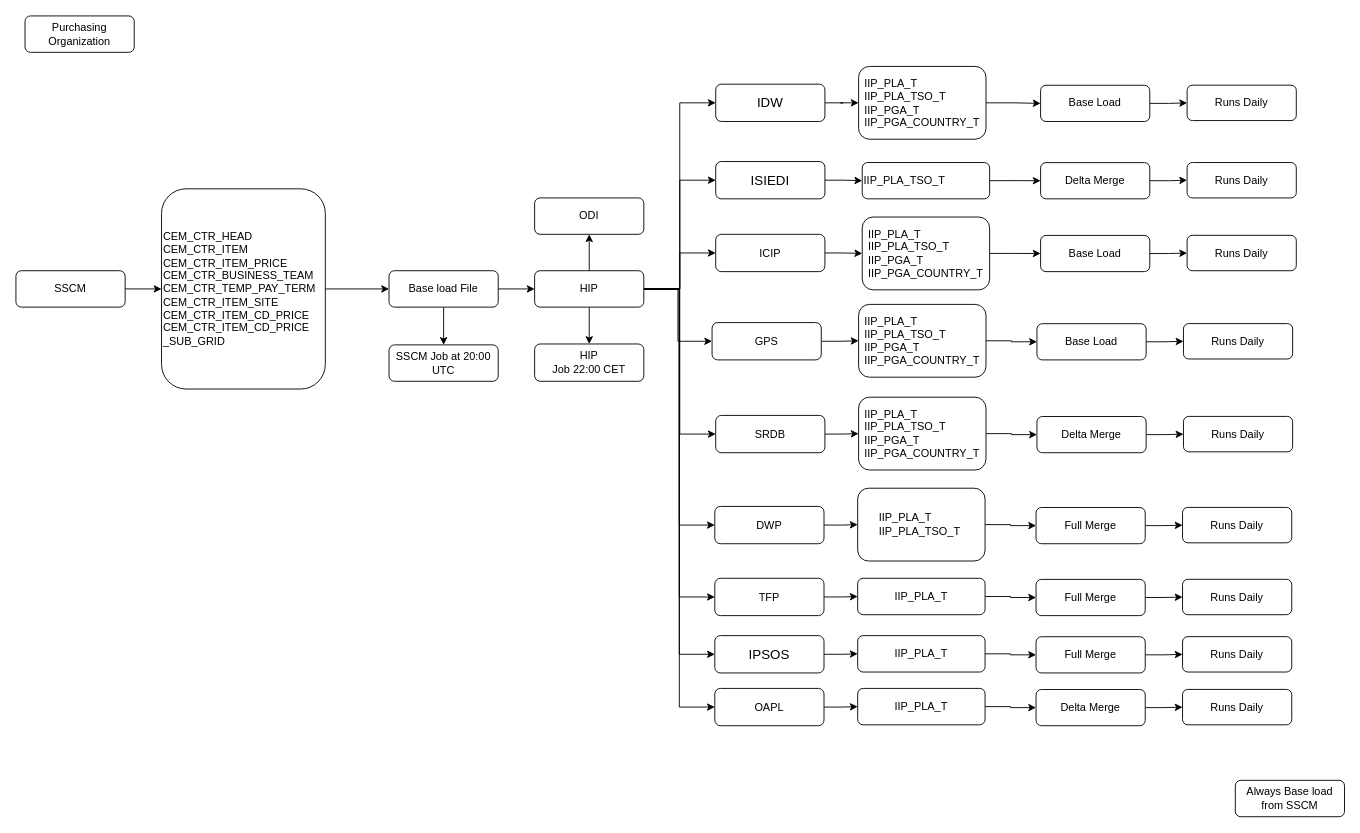
Earlier version of the draw.io diagram page "PurchaseAgreement" (4 of 6) of quality inspection flow.drawio (nselangovan/powerofdata). Source tidied: cells renumbered, new cells numbered last; positions are measured from the earlier drawing's top-left corner, leaving out a move shared by most shapes. Both pictures are drawn from the tidied source at 91%, with x=0, y=0 at pixel (15, 15).
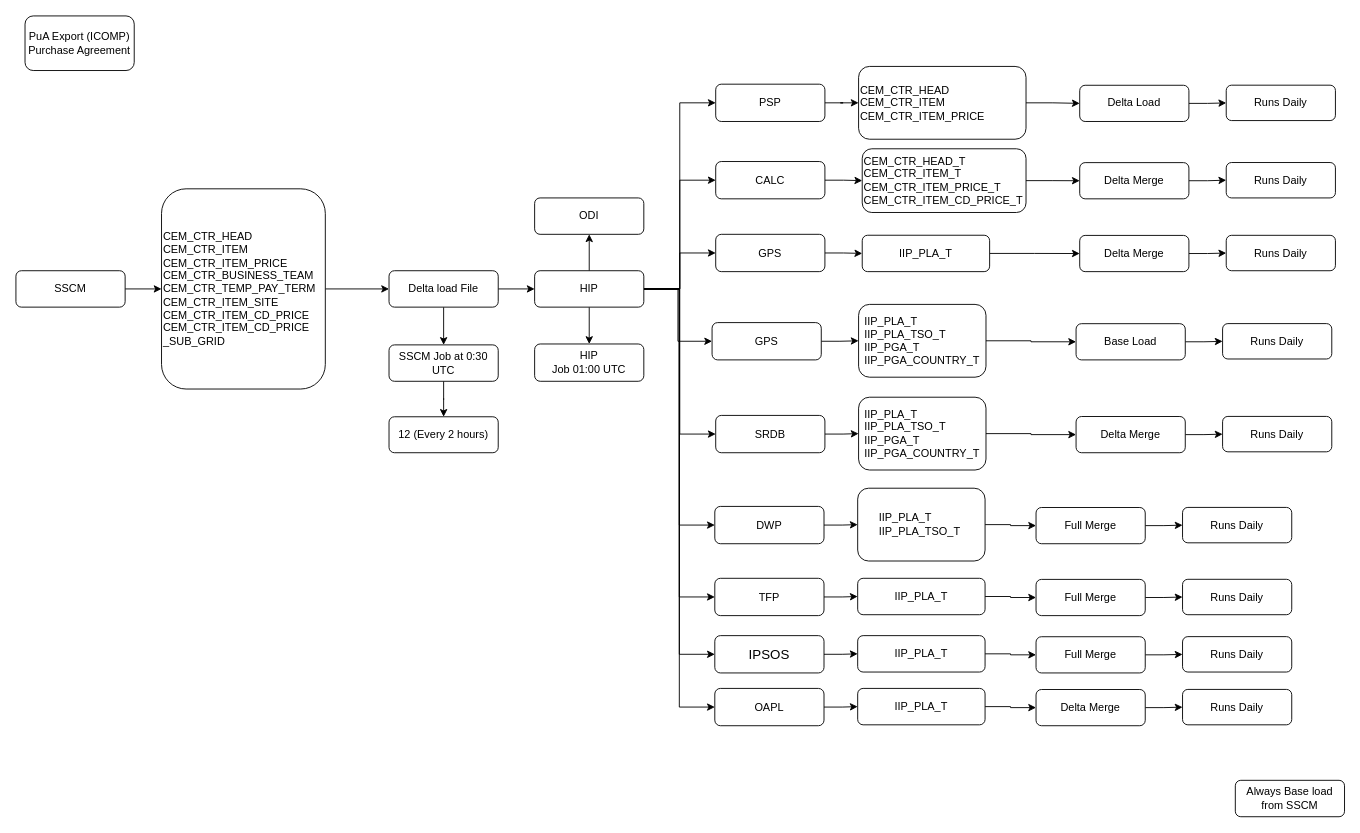
The same page after the edit.

The edit, as a diff of the source:
```diff
@@
-    <mxCell id="2" value="Purchasing Organization" style="rounded=1;whiteSpace=wrap;html=1;" parent="1" vertex="1">
-      <mxGeometry x="10" width="120" height="40" as="geometry" />
+    <mxCell id="2" value="PuA Export (ICOMP)&lt;br&gt;Purchase Agreement" style="rounded=1;whiteSpace=wrap;html=1;" parent="1" vertex="1">
+      <mxGeometry x="10" width="120" height="60" as="geometry" />
     </mxCell>
@@
-    <mxCell id="9" value="Base load File" style="whiteSpace=wrap;html=1;rounded=1;" parent="1" vertex="1">
+    <mxCell id="9" value="Delta load File" style="whiteSpace=wrap;html=1;rounded=1;" parent="1" vertex="1">
       <mxGeometry x="410" y="280" width="120" height="40" as="geometry" />
     </mxCell>
@@
-    <mxCell id="23" value="&lt;span style=&quot;font-size:11.0pt;font-family:&amp;quot;Calibri&amp;quot;,sans-serif;&lt;br/&gt;mso-fareast-font-family:Calibri;mso-fareast-theme-font:minor-latin;mso-ansi-language:&lt;br/&gt;EN-US;mso-fareast-language:EN-US;mso-bidi-language:AR-SA&quot;&gt;IDW&lt;/span&gt;" style="whiteSpace=wrap;html=1;rounded=1;" parent="1" vertex="1">
+    <mxCell id="23" value="&lt;span&gt;PSP&lt;/span&gt;" style="whiteSpace=wrap;html=1;rounded=1;" parent="1" vertex="1">
       <mxGeometry x="769" y="75" width="120" height="41" as="geometry" />
     </mxCell>
@@
-    <mxCell id="25" value="&lt;div style=&quot;text-align: left;&quot;&gt;IIP_PLA_T&lt;/div&gt;&lt;div style=&quot;text-align: left;&quot;&gt;IIP_PLA_TSO_T&amp;nbsp;&lt;/div&gt;&lt;div style=&quot;text-align: left;&quot;&gt;IIP_PGA_T&lt;/div&gt;&lt;div style=&quot;text-align: left;&quot;&gt;IIP_PGA_COUNTRY_T&lt;/div&gt;" style="whiteSpace=wrap;html=1;rounded=1;" parent="1" vertex="1">
-      <mxGeometry x="926" y="55.5" width="140" height="80" as="geometry" />
+    <mxCell id="25" value="&lt;div style=&quot;&quot;&gt;&lt;div&gt;CEM_CTR_HEAD&lt;/div&gt;&lt;div&gt;CEM_CTR_ITEM&lt;/div&gt;&lt;div&gt;CEM_CTR_ITEM_PRICE&lt;/div&gt;&lt;/div&gt;" style="whiteSpace=wrap;html=1;rounded=1;align=left;" parent="1" vertex="1">
+      <mxGeometry x="926" y="55.5" width="184" height="80" as="geometry" />
     </mxCell>
-    <mxCell id="26" value="HIP&lt;br&gt;Job 22:00 CET" style="whiteSpace=wrap;html=1;rounded=1;" parent="1" vertex="1">
+    <mxCell id="26" value="HIP&lt;br&gt;Job 01:00 UTC" style="whiteSpace=wrap;html=1;rounded=1;" parent="1" vertex="1">
       <mxGeometry x="570" y="360.5" width="120" height="41" as="geometry" />
     </mxCell>
@@
-    <mxCell id="28" value="Base Load" style="whiteSpace=wrap;html=1;rounded=1;" parent="1" vertex="1">
-      <mxGeometry x="1126" y="76.2" width="120" height="39.8" as="geometry" />
+    <mxCell id="28" value="Delta Load" style="whiteSpace=wrap;html=1;rounded=1;" parent="1" vertex="1">
+      <mxGeometry x="1169" y="76.2" width="120" height="39.8" as="geometry" />
     </mxCell>
+    <mxCell id="89" style="edgeStyle=orthogonalEdgeStyle;rounded=0;jettySize=auto;html=1;" parent="1" edge="1" source="29" target="90">
+      <mxGeometry relative="1" as="geometry" />
+    </mxCell>
-    <mxCell id="29" value="SSCM Job at 20:00 UTC" style="whiteSpace=wrap;html=1;rounded=1;" parent="1" vertex="1">
+    <mxCell id="29" value="SSCM Job at 0:30 UTC" style="whiteSpace=wrap;html=1;rounded=1;" parent="1" vertex="1">
       <mxGeometry x="410" y="361.5" width="120" height="40" as="geometry" />
     </mxCell>
@@
     <mxCell id="31" value="Runs Daily" style="whiteSpace=wrap;html=1;rounded=1;" parent="1" vertex="1">
-      <mxGeometry x="1287" y="76.1" width="120" height="38.9" as="geometry" />
+      <mxGeometry x="1330" y="76.1" width="120" height="38.9" as="geometry" />
     </mxCell>
@@
-    <mxCell id="33" value="&lt;span style=&quot;font-size:11.0pt;font-family:&amp;quot;Calibri&amp;quot;,sans-serif;&lt;br/&gt;mso-fareast-font-family:Calibri;mso-fareast-theme-font:minor-latin;mso-ansi-language:&lt;br/&gt;EN-US;mso-fareast-language:EN-US;mso-bidi-language:AR-SA&quot;&gt;ISIEDI&lt;/span&gt;" style="whiteSpace=wrap;html=1;rounded=1;" parent="1" vertex="1">
+    <mxCell id="33" value="&lt;span&gt;CALC&lt;/span&gt;" style="whiteSpace=wrap;html=1;rounded=1;" parent="1" vertex="1">
       <mxGeometry x="769" y="160" width="120" height="41" as="geometry" />
     </mxCell>
@@
     <mxCell id="35" value="Delta Merge" style="whiteSpace=wrap;html=1;rounded=1;" parent="1" vertex="1">
-      <mxGeometry x="1126" y="161.2" width="120" height="39.8" as="geometry" />
+      <mxGeometry x="1169" y="161.2" width="120" height="39.8" as="geometry" />
     </mxCell>
     <mxCell id="36" value="Runs Daily" style="whiteSpace=wrap;html=1;rounded=1;" parent="1" vertex="1">
-      <mxGeometry x="1287" y="161.1" width="120" height="38.9" as="geometry" />
+      <mxGeometry x="1330" y="161.1" width="120" height="38.9" as="geometry" />
     </mxCell>
@@
-    <mxCell id="38" value="&lt;div style=&quot;&quot;&gt;&lt;span style=&quot;background-color: initial;&quot;&gt;IIP_PLA_TSO_T&amp;nbsp;&lt;/span&gt;&lt;/div&gt;" style="whiteSpace=wrap;html=1;rounded=1;align=left;" parent="1" vertex="1">
-      <mxGeometry x="930" y="161.1" width="140" height="39.9" as="geometry" />
+    <mxCell id="38" value="&lt;div style=&quot;&quot;&gt;&lt;div&gt;CEM_CTR_HEAD_T&lt;/div&gt;&lt;div&gt;CEM_CTR_ITEM_T&lt;/div&gt;&lt;div&gt;CEM_CTR_ITEM_PRICE_T&lt;/div&gt;&lt;div&gt;CEM_CTR_ITEM_CD_PRICE_T&lt;/div&gt;&lt;/div&gt;" style="whiteSpace=wrap;html=1;rounded=1;align=left;" parent="1" vertex="1">
+      <mxGeometry x="930" y="146" width="180" height="70" as="geometry" />
     </mxCell>
@@
-    <mxCell id="40" value="&lt;span&gt;ICIP&lt;/span&gt;" style="whiteSpace=wrap;html=1;rounded=1;" parent="1" vertex="1">
+    <mxCell id="40" value="&lt;span&gt;GPS&lt;/span&gt;" style="whiteSpace=wrap;html=1;rounded=1;" parent="1" vertex="1">
       <mxGeometry x="769" y="240" width="120" height="41" as="geometry" />
     </mxCell>
@@
-    <mxCell id="42" value="&lt;div style=&quot;text-align: left;&quot;&gt;IIP_PLA_T&lt;/div&gt;&lt;div style=&quot;text-align: left;&quot;&gt;IIP_PLA_TSO_T&amp;nbsp;&lt;/div&gt;&lt;div style=&quot;text-align: left;&quot;&gt;IIP_PGA_T&lt;/div&gt;&lt;div style=&quot;text-align: left;&quot;&gt;IIP_PGA_COUNTRY_T&lt;/div&gt;" style="whiteSpace=wrap;html=1;rounded=1;" parent="1" vertex="1">
-      <mxGeometry x="930" y="221" width="140" height="80" as="geometry" />
+    <mxCell id="42" value="&lt;div style=&quot;text-align: left;&quot;&gt;IIP_PLA_T&lt;br&gt;&lt;/div&gt;" style="whiteSpace=wrap;html=1;rounded=1;" parent="1" vertex="1">
+      <mxGeometry x="930" y="241" width="140" height="40" as="geometry" />
     </mxCell>
@@
-    <mxCell id="44" value="Base Load" style="whiteSpace=wrap;html=1;rounded=1;" parent="1" vertex="1">
-      <mxGeometry x="1126" y="241.2" width="120" height="39.8" as="geometry" />
+    <mxCell id="44" value="Delta Merge" style="whiteSpace=wrap;html=1;rounded=1;" parent="1" vertex="1">
+      <mxGeometry x="1169" y="241.2" width="120" height="39.8" as="geometry" />
     </mxCell>
     <mxCell id="45" value="Runs Daily" style="whiteSpace=wrap;html=1;rounded=1;" parent="1" vertex="1">
-      <mxGeometry x="1287" y="241.1" width="120" height="38.9" as="geometry" />
+      <mxGeometry x="1330" y="241.1" width="120" height="38.9" as="geometry" />
     </mxCell>
@@
     <mxCell id="52" value="Base Load" style="whiteSpace=wrap;html=1;rounded=1;" parent="1" vertex="1">
-      <mxGeometry x="1122" y="338.2" width="120" height="39.8" as="geometry" />
+      <mxGeometry x="1165" y="338.2" width="120" height="39.8" as="geometry" />
     </mxCell>
     <mxCell id="53" value="Runs Daily" style="whiteSpace=wrap;html=1;rounded=1;" parent="1" vertex="1">
-      <mxGeometry x="1283" y="338.1" width="120" height="38.9" as="geometry" />
+      <mxGeometry x="1326" y="338.1" width="120" height="38.9" as="geometry" />
     </mxCell>
@@
     <mxCell id="59" value="Delta Merge" style="whiteSpace=wrap;html=1;rounded=1;" parent="1" vertex="1">
-      <mxGeometry x="1122" y="440.2" width="120" height="39.8" as="geometry" />
+      <mxGeometry x="1165" y="440.2" width="120" height="39.8" as="geometry" />
     </mxCell>
     <mxCell id="60" value="Runs Daily" style="whiteSpace=wrap;html=1;rounded=1;" parent="1" vertex="1">
-      <mxGeometry x="1283" y="440.1" width="120" height="38.9" as="geometry" />
+      <mxGeometry x="1326" y="440.1" width="120" height="38.9" as="geometry" />
     </mxCell>
@@
+    <mxCell id="90" value="12 (Every 2 hours)" style="whiteSpace=wrap;html=1;rounded=1;" parent="1" vertex="1">
+      <mxGeometry x="410" y="440.5" width="120" height="39.5" as="geometry" />
+    </mxCell>
```
